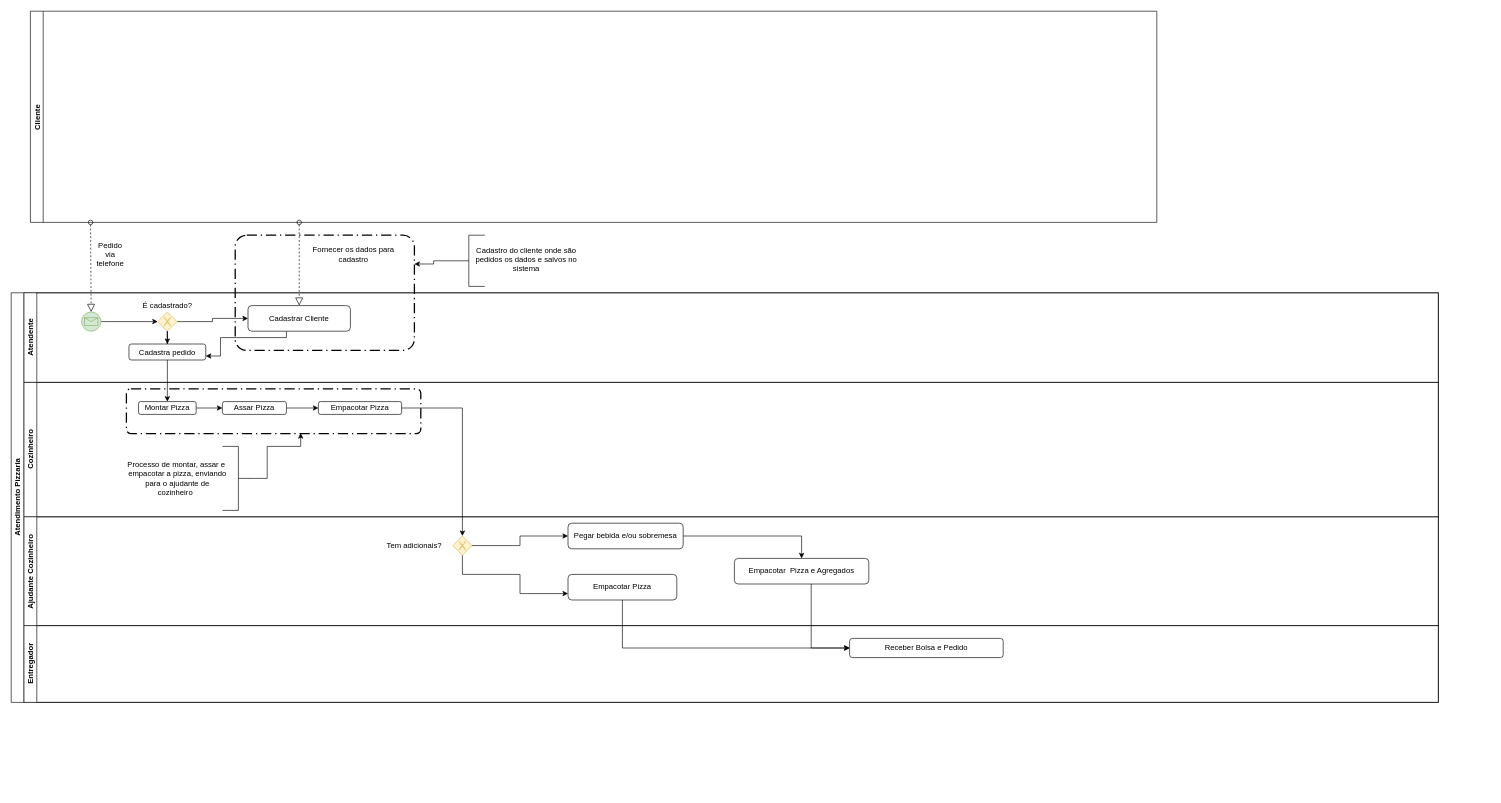
gusleaooliveira/bpmn keeps this draw.io diagram as trabalho2.drawio. Above is the earlier version. Source tidied: cells renumbered, new cells numbered last; positions are measured from the earlier drawing's top-left corner, leaving out a move shared by most shapes. Both pictures are drawn from the tidied source at 64%, with x=0, y=0 at pixel (11, 11).
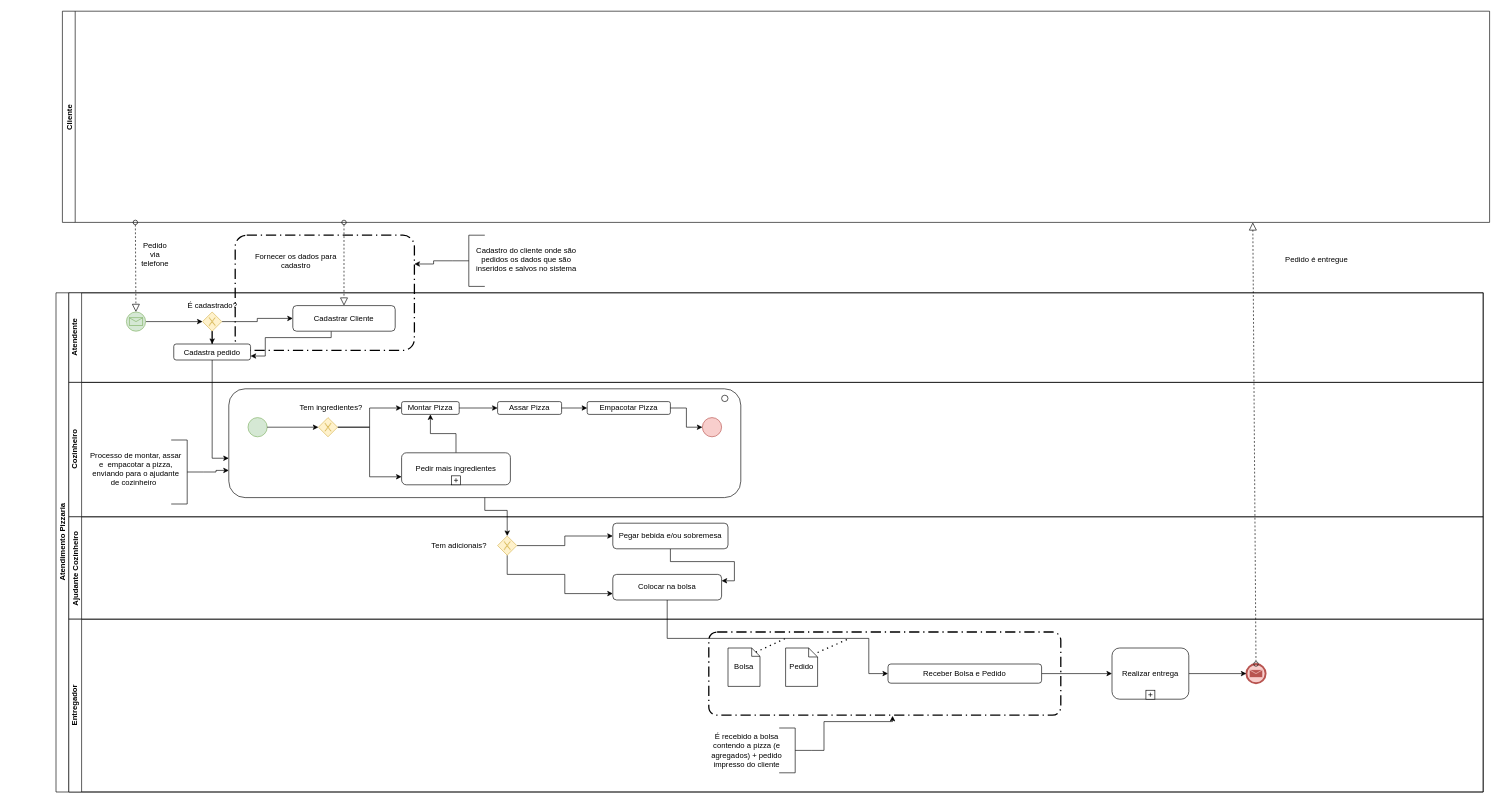
The same diagram, later.

Unchanged cells that the change refers to:
```xml
<mxCell id="8" value="Cadastrar Cliente" style="rounded=1;whiteSpace=wrap;html=1;" parent="3" vertex="1">
  <mxGeometry x="350" y="20" width="160" height="40" as="geometry" />
</mxCell>
<mxCell id="10" style="shape=mxgraph.bpmn.shape;html=1;verticalLabelPosition=bottom;labelBackgroundColor=#ffffff;verticalAlign=top;align=center;perimeter=ellipsePerimeter;outlineConnect=0;outline=standard;symbol=message;fillColor=#d5e8d4;strokeColor=#82b366;" parent="3" vertex="1">
  <mxGeometry x="90" y="30" width="30" height="30" as="geometry" />
</mxCell>
<mxCell id="12" value="Cadastra pedido" style="shape=ext;rounded=1;html=1;whiteSpace=wrap;" parent="3" vertex="1">
  <mxGeometry x="164" y="80" width="120" height="25" as="geometry" />
</mxCell>
<mxCell id="13" value="Cozinheiro" style="swimlane;html=1;startSize=20;horizontal=0;" parent="2" vertex="1">
  <mxGeometry x="20" y="140" width="2210" height="210" as="geometry" />
</mxCell>
<mxCell id="25" value="Pegar bebida e/ou sobremesa" style="shape=ext;rounded=1;html=1;whiteSpace=wrap;" parent="23" vertex="1">
  <mxGeometry x="850" y="10" width="180" height="40" as="geometry" />
</mxCell>
<mxCell id="28" style="shape=mxgraph.bpmn.shape;html=1;verticalLabelPosition=bottom;labelBackgroundColor=#ffffff;verticalAlign=top;align=center;perimeter=rhombusPerimeter;background=gateway;outlineConnect=0;outline=none;symbol=exclusiveGw;fillColor=#fff2cc;strokeColor=#d6b656;" parent="23" vertex="1">
  <mxGeometry x="670" y="30" width="30" height="30" as="geometry" />
</mxCell>
```

Diff of the diagram source:
```diff
@@
+    <mxCell id="43" style="rounded=1;arcSize=10;dashed=1;strokeColor=#000000;fillColor=none;gradientColor=none;dashPattern=8 3 1 3;strokeWidth=2;" parent="1" vertex="1">
+      <mxGeometry x="350" y="350" width="280" height="180" as="geometry" />
+    </mxCell>
+    <mxCell id="38" value="Cliente" style="swimlane;startSize=20;horizontal=0;" parent="1" vertex="1">
+      <mxGeometry x="80" width="2230" height="330" as="geometry" />
+    </mxCell>
+    <mxCell id="39" style="startArrow=oval;startFill=0;startSize=7;endArrow=block;endFill=0;endSize=10;dashed=1;html=1;" parent="1" edge="1" target="10">
+      <mxGeometry relative="1" as="geometry">
+        <mxPoint x="194" y="330" as="sourcePoint" />
+      </mxGeometry>
+    </mxCell>
+    <mxCell id="40" value="Pedido via telefone" style="text;html=1;strokeColor=none;fillColor=none;align=center;verticalAlign=middle;whiteSpace=wrap;rounded=0;" parent="1" vertex="1">
+      <mxGeometry x="200" y="370" width="50" height="20" as="geometry" />
+    </mxCell>
+    <mxCell id="41" style="startArrow=oval;startFill=0;startSize=7;endArrow=block;endFill=0;endSize=10;dashed=1;html=1;entryX=0.5;entryY=0;entryDx=0;entryDy=0;" parent="1" edge="1" target="8">
+      <mxGeometry relative="1" as="geometry">
+        <mxPoint x="520" y="330" as="sourcePoint" />
+      </mxGeometry>
+    </mxCell>
+    <mxCell id="42" value="Fornecer os dados para cadastro" style="text;html=1;strokeColor=none;fillColor=none;align=center;verticalAlign=middle;whiteSpace=wrap;rounded=0;" parent="1" vertex="1">
+      <mxGeometry x="380" y="365" width="130" height="50" as="geometry" />
+    </mxCell>
+    <mxCell id="44" style="edgeStyle=orthogonalEdgeStyle;rounded=0;jettySize=auto;html=1;entryX=1;entryY=0.25;entryDx=0;entryDy=0;" parent="1" edge="1" source="45" target="43">
+      <mxGeometry relative="1" as="geometry" />
+    </mxCell>
+    <mxCell id="45" style="html=1;shape=mxgraph.flowchart.annotation_2;align=left;labelPosition=right;" parent="1" vertex="1">
+      <mxGeometry x="690" y="350" width="50" height="80" as="geometry" />
+    </mxCell>
+    <mxCell id="46" value="Cadastro do cliente onde são pedidos os dados que são inseridos e salvos no sistema" style="text;html=1;strokeColor=none;fillColor=none;align=center;verticalAlign=middle;whiteSpace=wrap;rounded=0;" parent="1" vertex="1">
+      <mxGeometry x="720" y="355" width="170" height="65" as="geometry" />
+    </mxCell>
     <mxCell id="2" value="Atendimento Pizzaria" style="swimlane;html=1;horizontal=0;startSize=20;" parent="1" vertex="1">
-      <mxGeometry y="440" width="2230" height="640" as="geometry" />
+      <mxGeometry x="70" y="440" width="2230" height="780" as="geometry" />
     </mxCell>
@@
-    <mxCell id="14" style="edgeStyle=orthogonalEdgeStyle;rounded=0;jettySize=auto;html=1;entryX=0;entryY=0.5;entryDx=0;entryDy=0;" parent="13" edge="1" source="15" target="17">
-      <mxGeometry relative="1" as="geometry" />
-    </mxCell>
+    <mxCell id="47" style="rounded=1;whiteSpace=wrap;html=1;" parent="13" vertex="1">
+      <mxGeometry x="250" y="10" width="800" height="170" as="geometry" />
+    </mxCell>
+    <mxCell id="48" style="ellipse;whiteSpace=wrap;html=1;" parent="13" vertex="1">
+      <mxGeometry x="1020" y="20" width="10" height="10" as="geometry" />
+    </mxCell>
     <mxCell id="15" value="Montar Pizza" style="shape=ext;rounded=1;html=1;whiteSpace=wrap;" parent="13" vertex="1">
-      <mxGeometry x="179" y="30" width="90" height="20" as="geometry" />
+      <mxGeometry x="520" y="30" width="90" height="20" as="geometry" />
     </mxCell>
-    <mxCell id="16" style="edgeStyle=orthogonalEdgeStyle;rounded=0;jettySize=auto;html=1;" parent="13" edge="1" source="17" target="18">
-      <mxGeometry relative="1" as="geometry" />
-    </mxCell>
     <mxCell id="17" value="Assar Pizza" style="shape=ext;rounded=1;html=1;whiteSpace=wrap;" parent="13" vertex="1">
-      <mxGeometry x="310" y="30" width="100" height="20" as="geometry" />
+      <mxGeometry x="670" y="30" width="100" height="20" as="geometry" />
     </mxCell>
     <mxCell id="18" value="Empacotar Pizza" style="shape=ext;rounded=1;html=1;whiteSpace=wrap;" parent="13" vertex="1">
-      <mxGeometry x="460" y="30" width="130" height="20" as="geometry" />
+      <mxGeometry x="810" y="30" width="130" height="20" as="geometry" />
     </mxCell>
-    <mxCell id="19" style="rounded=1;arcSize=10;dashed=1;strokeColor=#000000;fillColor=none;gradientColor=none;dashPattern=8 3 1 3;strokeWidth=2;" parent="13" vertex="1">
-      <mxGeometry x="160" y="10" width="460" height="70" as="geometry" />
-    </mxCell>
-    <mxCell id="20" style="edgeStyle=orthogonalEdgeStyle;rounded=0;jettySize=auto;html=1;entryX=0.592;entryY=0.99;entryDx=0;entryDy=0;entryPerimeter=0;" parent="13" edge="1" source="22" target="19">
-      <mxGeometry relative="1" as="geometry">
-        <Array as="points">
-          <mxPoint x="335" y="150" />
-          <mxPoint x="380" y="150" />
-          <mxPoint x="380" y="100" />
-          <mxPoint x="432" y="100" />
-        </Array>
-      </mxGeometry>
-    </mxCell>
+    <mxCell id="49" style="shape=mxgraph.bpmn.shape;html=1;verticalLabelPosition=bottom;labelBackgroundColor=#ffffff;verticalAlign=top;align=center;perimeter=ellipsePerimeter;outlineConnect=0;outline=standard;symbol=general;fillColor=#f8cecc;strokeColor=#b85450;" parent="13" vertex="1">
+      <mxGeometry x="990" y="55" width="30" height="30" as="geometry" />
+    </mxCell>
+    <mxCell id="50" style="shape=mxgraph.bpmn.shape;html=1;verticalLabelPosition=bottom;labelBackgroundColor=#ffffff;verticalAlign=top;align=center;perimeter=ellipsePerimeter;outlineConnect=0;outline=standard;symbol=general;fillColor=#d5e8d4;strokeColor=#82b366;" parent="13" vertex="1">
+      <mxGeometry x="280" y="55" width="30" height="30" as="geometry" />
+    </mxCell>
+    <mxCell id="16" style="edgeStyle=orthogonalEdgeStyle;rounded=0;jettySize=auto;html=1;" parent="13" edge="1" source="17" target="18">
+      <mxGeometry relative="1" as="geometry" />
+    </mxCell>
+    <mxCell id="51" style="edgeStyle=orthogonalEdgeStyle;rounded=0;jettySize=auto;html=1;entryX=0;entryY=0.5;entryDx=0;entryDy=0;" parent="13" edge="1" source="18" target="49">
+      <mxGeometry relative="1" as="geometry" />
+    </mxCell>
+    <mxCell id="52" style="edgeStyle=orthogonalEdgeStyle;rounded=0;jettySize=auto;html=1;entryX=0;entryY=0.5;entryDx=0;entryDy=0;" parent="13" edge="1" source="60" target="15">
+      <mxGeometry relative="1" as="geometry" />
+    </mxCell>
+    <mxCell id="53" style="edgeStyle=orthogonalEdgeStyle;rounded=0;jettySize=auto;html=1;entryX=0;entryY=0.75;entryDx=0;entryDy=0;" parent="13" edge="1" source="60" target="56">
+      <mxGeometry relative="1" as="geometry" />
+    </mxCell>
+    <mxCell id="14" style="edgeStyle=orthogonalEdgeStyle;rounded=0;jettySize=auto;html=1;" parent="13" edge="1" source="15" target="17">
+      <mxGeometry relative="1" as="geometry" />
+    </mxCell>
+    <mxCell id="54" style="edgeStyle=orthogonalEdgeStyle;rounded=0;jettySize=auto;html=1;" parent="13" edge="1" source="56" target="15">
+      <mxGeometry relative="1" as="geometry" />
+    </mxCell>
+    <mxCell id="55" style="edgeStyle=orthogonalEdgeStyle;rounded=0;jettySize=auto;html=1;entryX=0;entryY=0.75;entryDx=0;entryDy=0;" parent="13" edge="1" source="22" target="47">
+      <mxGeometry relative="1" as="geometry" />
+    </mxCell>
     <mxCell id="21" value="Processo de montar, assar e&amp;nbsp; empacotar a pizza, enviando para o ajudante de cozinheiro&amp;nbsp;&amp;nbsp;" style="text;html=1;strokeColor=none;fillColor=none;align=center;verticalAlign=middle;whiteSpace=wrap;rounded=0;" parent="13" vertex="1">
-      <mxGeometry x="160" y="110" width="160" height="80" as="geometry" />
+      <mxGeometry x="30" y="95" width="150" height="80" as="geometry" />
     </mxCell>
     <mxCell id="22" style="html=1;shape=mxgraph.flowchart.annotation_2;align=left;labelPosition=right;rotation=-180;" parent="13" vertex="1">
-      <mxGeometry x="310" y="100" width="50" height="100" as="geometry" />
+      <mxGeometry x="160" y="90" width="50" height="100" as="geometry" />
     </mxCell>
+    <mxCell id="56" value="Pedir mais ingredientes" style="html=1;whiteSpace=wrap;rounded=1;" parent="13" vertex="1">
+      <mxGeometry x="520" y="110" width="170" height="50" as="geometry" />
+    </mxCell>
+    <mxCell id="57" style="html=1;shape=plus;" parent="56" vertex="1">
+      <mxGeometry x="0.5" y="1" width="14" height="14" relative="1" as="geometry">
+        <mxPoint x="-7" y="-14" as="offset" />
+      </mxGeometry>
+    </mxCell>
+    <mxCell id="58" style="edgeStyle=orthogonalEdgeStyle;rounded=0;jettySize=auto;html=1;" parent="13" edge="1" source="50" target="60">
+      <mxGeometry relative="1" as="geometry" />
+    </mxCell>
+    <mxCell id="59" value="Tem ingredientes?" style="text;html=1;strokeColor=none;fillColor=none;align=center;verticalAlign=middle;whiteSpace=wrap;rounded=0;" parent="13" vertex="1">
+      <mxGeometry x="350" y="30" width="120" height="20" as="geometry" />
+    </mxCell>
+    <mxCell id="60" style="shape=mxgraph.bpmn.shape;html=1;verticalLabelPosition=bottom;labelBackgroundColor=#ffffff;verticalAlign=top;align=center;perimeter=rhombusPerimeter;background=gateway;outlineConnect=0;outline=none;symbol=exclusiveGw;fillColor=#fff2cc;strokeColor=#d6b656;" parent="13" vertex="1">
+      <mxGeometry x="390" y="55" width="30" height="30" as="geometry" />
+    </mxCell>
     <mxCell id="23" value="Ajudante Cozinheiro" style="swimlane;startSize=20;horizontal=0;" parent="2" vertex="1">
-      <mxGeometry x="20" y="350" width="2210" height="170" as="geometry" />
+      <mxGeometry x="20" y="350" width="2210" height="160" as="geometry" />
     </mxCell>
-    <mxCell id="24" style="edgeStyle=orthogonalEdgeStyle;rounded=0;jettySize=auto;html=1;" parent="23" edge="1" source="25" target="30">
-      <mxGeometry relative="1" as="geometry" />
-    </mxCell>
+    <mxCell id="61" style="edgeStyle=orthogonalEdgeStyle;rounded=0;jettySize=auto;html=1;entryX=1;entryY=0.25;entryDx=0;entryDy=0;" parent="23" edge="1" source="25" target="31">
+      <mxGeometry relative="1" as="geometry" />
+    </mxCell>
@@
-    <mxCell id="30" value="Empacotar&amp;nbsp; Pizza e Agregados" style="shape=ext;rounded=1;html=1;whiteSpace=wrap;" parent="23" vertex="1">
-      <mxGeometry x="1110" y="65" width="210" height="40" as="geometry" />
-    </mxCell>
-    <mxCell id="31" value="Empacotar Pizza" style="shape=ext;rounded=1;html=1;whiteSpace=wrap;" parent="23" vertex="1">
+    <mxCell id="31" value="Colocar na bolsa" style="shape=ext;rounded=1;html=1;whiteSpace=wrap;" parent="23" vertex="1">
       <mxGeometry x="850" y="90" width="170" height="40" as="geometry" />
     </mxCell>
+    <mxCell id="37" style="edgeStyle=orthogonalEdgeStyle;rounded=0;jettySize=auto;html=1;" parent="2" edge="1" source="31" target="33">
+      <mxGeometry relative="1" as="geometry">
+        <Array as="points">
+          <mxPoint x="955" y="540" />
+          <mxPoint x="1270" y="540" />
+          <mxPoint x="1270" y="595" />
+        </Array>
+      </mxGeometry>
+    </mxCell>
+    <mxCell id="62" style="edgeStyle=orthogonalEdgeStyle;rounded=0;jettySize=auto;html=1;entryX=0;entryY=0.638;entryDx=0;entryDy=0;entryPerimeter=0;" parent="2" edge="1" source="12" target="47">
+      <mxGeometry relative="1" as="geometry">
+        <Array as="points">
+          <mxPoint x="244" y="259" />
+        </Array>
+      </mxGeometry>
+    </mxCell>
+    <mxCell id="63" style="edgeStyle=orthogonalEdgeStyle;rounded=0;jettySize=auto;html=1;" parent="2" edge="1" source="47" target="28">
+      <mxGeometry relative="1" as="geometry">
+        <Array as="points">
+          <mxPoint x="670" y="340" />
+          <mxPoint x="705" y="340" />
+        </Array>
+      </mxGeometry>
+    </mxCell>
     <mxCell id="32" value="Entregador" style="swimlane;html=1;startSize=20;horizontal=0;" parent="2" vertex="1">
-      <mxGeometry x="20" y="520" width="2210" height="120" as="geometry" />
+      <mxGeometry x="20" y="510" width="2210" height="270" as="geometry" />
     </mxCell>
+    <mxCell id="64" style="rounded=1;arcSize=10;dashed=1;strokeColor=#000000;fillColor=none;gradientColor=none;dashPattern=8 3 1 3;strokeWidth=2;" parent="32" vertex="1">
+      <mxGeometry x="1000" y="20" width="550" height="130" as="geometry" />
+    </mxCell>
+    <mxCell id="65" value="Bolsa" style="shape=note;size=13;whiteSpace=wrap;html=1;" parent="32" vertex="1">
+      <mxGeometry x="1030" y="45" width="50" height="60" as="geometry" />
+    </mxCell>
+    <mxCell id="66" value="Pedido" style="shape=note;size=14;whiteSpace=wrap;html=1;" parent="32" vertex="1">
+      <mxGeometry x="1120" y="45" width="50" height="60" as="geometry" />
+    </mxCell>
+    <mxCell id="67" style="edgeStyle=orthogonalEdgeStyle;rounded=0;jettySize=auto;html=1;entryX=0.522;entryY=1.008;entryDx=0;entryDy=0;entryPerimeter=0;" parent="32" edge="1" source="74" target="64">
+      <mxGeometry relative="1" as="geometry">
+        <Array as="points">
+          <mxPoint x="1180" y="205" />
+          <mxPoint x="1180" y="160" />
+          <mxPoint x="1287" y="160" />
+        </Array>
+      </mxGeometry>
+    </mxCell>
+    <mxCell id="68" style="edgeStyle=orthogonalEdgeStyle;rounded=0;jettySize=auto;html=1;" parent="32" edge="1" source="33" target="71">
+      <mxGeometry relative="1" as="geometry" />
+    </mxCell>
     <mxCell id="33" value="Receber Bolsa e Pedido" style="shape=ext;rounded=1;html=1;whiteSpace=wrap;" parent="32" vertex="1">
-      <mxGeometry x="1290" y="20" width="240" height="30" as="geometry" />
+      <mxGeometry x="1280" y="70" width="240" height="30" as="geometry" />
     </mxCell>
-    <mxCell id="34" style="edgeStyle=orthogonalEdgeStyle;rounded=0;jettySize=auto;html=1;" parent="2" edge="1" source="12" target="15">
-      <mxGeometry relative="1" as="geometry" />
-    </mxCell>
-    <mxCell id="35" style="edgeStyle=orthogonalEdgeStyle;rounded=0;jettySize=auto;html=1;" parent="2" edge="1" source="18" target="28">
-      <mxGeometry relative="1" as="geometry" />
-    </mxCell>
-    <mxCell id="36" style="edgeStyle=orthogonalEdgeStyle;rounded=0;jettySize=auto;html=1;" parent="2" edge="1" source="30" target="33">
-      <mxGeometry relative="1" as="geometry">
-        <Array as="points">
-          <mxPoint x="1250" y="450" />
-        </Array>
-      </mxGeometry>
-    </mxCell>
-    <mxCell id="37" style="edgeStyle=orthogonalEdgeStyle;rounded=0;jettySize=auto;html=1;" parent="2" edge="1" source="31" target="33">
-      <mxGeometry relative="1" as="geometry">
-        <Array as="points">
-          <mxPoint x="955" y="480" />
-        </Array>
-      </mxGeometry>
-    </mxCell>
-    <mxCell id="38" value="Cliente" style="swimlane;startSize=20;horizontal=0;" parent="1" vertex="1">
-      <mxGeometry x="30" width="1760" height="330" as="geometry" />
-    </mxCell>
-    <mxCell id="39" style="startArrow=oval;startFill=0;startSize=7;endArrow=block;endFill=0;endSize=10;dashed=1;html=1;" parent="1" edge="1" target="10">
-      <mxGeometry relative="1" as="geometry">
-        <mxPoint x="124" y="330" as="sourcePoint" />
-      </mxGeometry>
-    </mxCell>
-    <mxCell id="40" value="Pedido via telefone" style="text;html=1;strokeColor=none;fillColor=none;align=center;verticalAlign=middle;whiteSpace=wrap;rounded=0;" parent="1" vertex="1">
-      <mxGeometry x="130" y="370" width="50" height="20" as="geometry" />
-    </mxCell>
-    <mxCell id="41" style="startArrow=oval;startFill=0;startSize=7;endArrow=block;endFill=0;endSize=10;dashed=1;html=1;entryX=0.5;entryY=0;entryDx=0;entryDy=0;" parent="1" edge="1" target="8">
-      <mxGeometry relative="1" as="geometry">
-        <mxPoint x="450" y="330" as="sourcePoint" />
-      </mxGeometry>
-    </mxCell>
-    <mxCell id="42" value="Fornecer os dados para cadastro" style="text;html=1;strokeColor=none;fillColor=none;align=center;verticalAlign=middle;whiteSpace=wrap;rounded=0;" parent="1" vertex="1">
-      <mxGeometry x="470" y="355" width="130" height="50" as="geometry" />
-    </mxCell>
-    <mxCell id="43" style="rounded=1;arcSize=10;dashed=1;strokeColor=#000000;fillColor=none;gradientColor=none;dashPattern=8 3 1 3;strokeWidth=2;" parent="1" vertex="1">
-      <mxGeometry x="350" y="350" width="280" height="180" as="geometry" />
-    </mxCell>
-    <mxCell id="44" style="edgeStyle=orthogonalEdgeStyle;rounded=0;jettySize=auto;html=1;entryX=1;entryY=0.25;entryDx=0;entryDy=0;" parent="1" edge="1" source="45" target="43">
-      <mxGeometry relative="1" as="geometry" />
-    </mxCell>
-    <mxCell id="45" style="html=1;shape=mxgraph.flowchart.annotation_2;align=left;labelPosition=right;" parent="1" vertex="1">
-      <mxGeometry x="690" y="350" width="50" height="80" as="geometry" />
-    </mxCell>
-    <mxCell id="46" value="Cadastro do cliente onde são pedidos os dados e salvos no sistema" style="text;html=1;strokeColor=none;fillColor=none;align=center;verticalAlign=middle;whiteSpace=wrap;rounded=0;" parent="1" vertex="1">
-      <mxGeometry x="720" y="355" width="170" height="65" as="geometry" />
-    </mxCell>
+    <mxCell id="69" style="shape=mxgraph.bpmn.shape;html=1;verticalLabelPosition=bottom;labelBackgroundColor=#ffffff;verticalAlign=top;align=center;perimeter=ellipsePerimeter;outlineConnect=0;outline=end;symbol=message;fillColor=#f8cecc;strokeColor=#b85450;" parent="32" vertex="1">
+      <mxGeometry x="1840" y="70" width="30" height="30" as="geometry" />
+    </mxCell>
+    <mxCell id="70" style="edgeStyle=orthogonalEdgeStyle;rounded=0;jettySize=auto;html=1;" parent="32" edge="1" source="71" target="69">
+      <mxGeometry relative="1" as="geometry" />
+    </mxCell>
+    <mxCell id="71" value="Realizar entrega" style="html=1;whiteSpace=wrap;rounded=1;" parent="32" vertex="1">
+      <mxGeometry x="1630" y="45" width="120" height="80" as="geometry" />
+    </mxCell>
+    <mxCell id="72" style="html=1;shape=plus;" parent="71" vertex="1">
+      <mxGeometry x="0.5" y="1" width="14" height="14" relative="1" as="geometry">
+        <mxPoint x="-7" y="-14" as="offset" />
+      </mxGeometry>
+    </mxCell>
+    <mxCell id="73" value="É recebido a bolsa contendo a pizza (e agregados) + pedido impresso do cliente" style="text;html=1;strokeColor=none;fillColor=none;align=center;verticalAlign=middle;whiteSpace=wrap;rounded=0;" parent="32" vertex="1">
+      <mxGeometry x="990" y="175" width="139" height="60" as="geometry" />
+    </mxCell>
+    <mxCell id="74" style="html=1;shape=mxgraph.flowchart.annotation_2;align=left;labelPosition=right;rotation=-180;" parent="32" vertex="1">
+      <mxGeometry x="1110" y="170" width="50" height="70" as="geometry" />
+    </mxCell>
+    <mxCell id="75" style="endArrow=none;dashed=1;html=1;dashPattern=1 3;strokeWidth=2;exitX=0;exitY=0;exitDx=43.5;exitDy=6.5;exitPerimeter=0;" parent="1" edge="1" source="65">
+      <mxGeometry relative="1" as="geometry">
+        <mxPoint x="1210" y="980" as="targetPoint" />
+      </mxGeometry>
+    </mxCell>
+    <mxCell id="76" style="endArrow=none;dashed=1;html=1;dashPattern=1 3;strokeWidth=2;exitX=1;exitY=0.117;exitDx=0;exitDy=0;exitPerimeter=0;" parent="1" edge="1" source="66">
+      <mxGeometry relative="1" as="geometry">
+        <mxPoint x="1310" y="980" as="targetPoint" />
+      </mxGeometry>
+    </mxCell>
+    <mxCell id="77" style="startArrow=oval;startFill=0;startSize=7;endArrow=block;endFill=0;endSize=10;dashed=1;html=1;exitX=0.5;exitY=0;exitDx=0;exitDy=0;" parent="1" edge="1" source="69">
+      <mxGeometry relative="1" as="geometry">
+        <mxPoint x="1940" y="330" as="targetPoint" />
+      </mxGeometry>
+    </mxCell>
+    <mxCell id="78" value="Pedido é entregue" style="text;html=1;strokeColor=none;fillColor=none;align=center;verticalAlign=middle;whiteSpace=wrap;rounded=0;" parent="1" vertex="1">
+      <mxGeometry x="1950" y="357.5" width="180" height="60" as="geometry" />
+    </mxCell>
```
